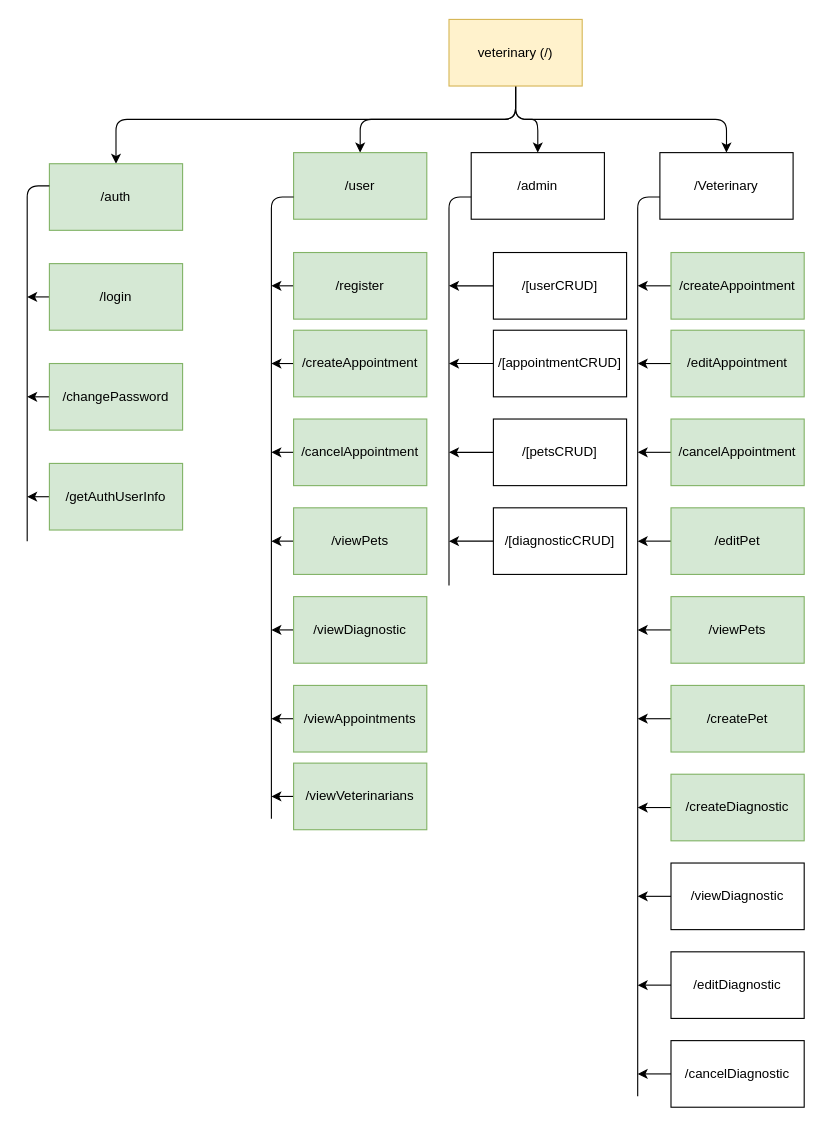
Above: diagrams/NAV.drawio in fernandoach/API-VETERINARY (draw.io), before the change. Source tidied: cells renumbered, new cells numbered last; positions are measured from the earlier drawing's top-left corner, leaving out a move shared by most shapes. Both pictures are drawn from the tidied source at 111%, with x=0, y=0 at pixel (27, 19).
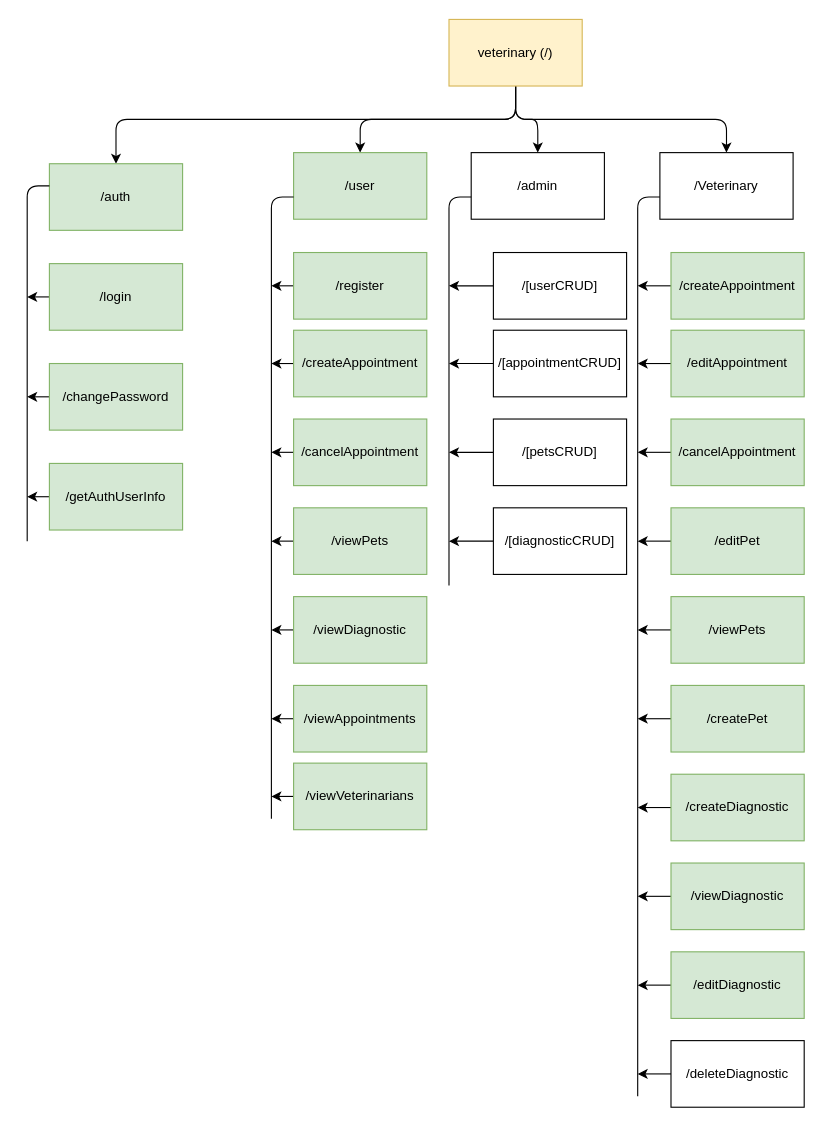
The same page after the edit.

Commit message (it also covers changes not shown here):
ADD: /veterinary/viewDiagnostic/:idAppointment

Diff of the diagram source:
```diff
@@
-    <mxCell id="56" value="/cancelDiagnostic" style="rounded=0;whiteSpace=wrap;html=1;" parent="1" vertex="1">
+    <mxCell id="56" value="/deleteDiagnostic" style="rounded=0;whiteSpace=wrap;html=1;" parent="1" vertex="1">
       <mxGeometry x="580" y="920" width="120" height="60" as="geometry" />
     </mxCell>
@@
-    <mxCell id="60" value="/editDiagnostic" style="rounded=0;whiteSpace=wrap;html=1;" parent="1" vertex="1">
+    <mxCell id="60" value="/editDiagnostic" style="rounded=0;whiteSpace=wrap;html=1;fillColor=#d5e8d4;strokeColor=#82b366;" parent="1" vertex="1">
       <mxGeometry x="580" y="840" width="120" height="60" as="geometry" />
     </mxCell>
@@
-    <mxCell id="62" value="/viewDiagnostic" style="rounded=0;whiteSpace=wrap;html=1;" parent="1" vertex="1">
+    <mxCell id="62" value="/viewDiagnostic" style="rounded=0;whiteSpace=wrap;html=1;fillColor=#d5e8d4;strokeColor=#82b366;" parent="1" vertex="1">
       <mxGeometry x="580" y="760" width="120" height="60" as="geometry" />
     </mxCell>
```
